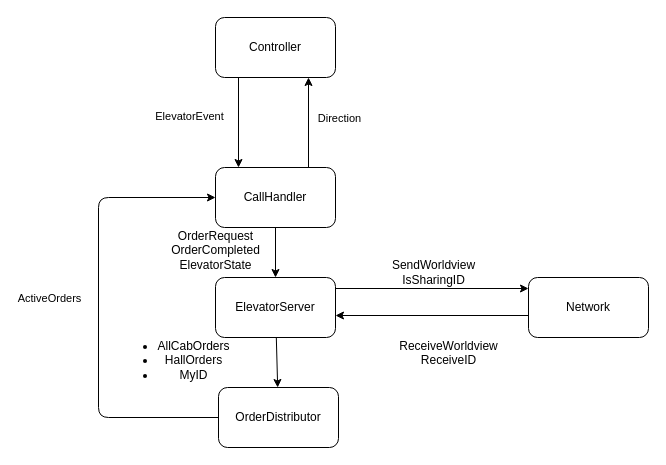
Earlier version of the draw.io diagram Documentation/dataFlowUML.drawio (jensmunkerud/ElevatorProject). Source tidied: cells renumbered, new cells numbered last; positions are measured from the earlier drawing's top-left corner, leaving out a move shared by most shapes. Both pictures are drawn from the tidied source at 100%, with x=0, y=0 at pixel (98, 17).
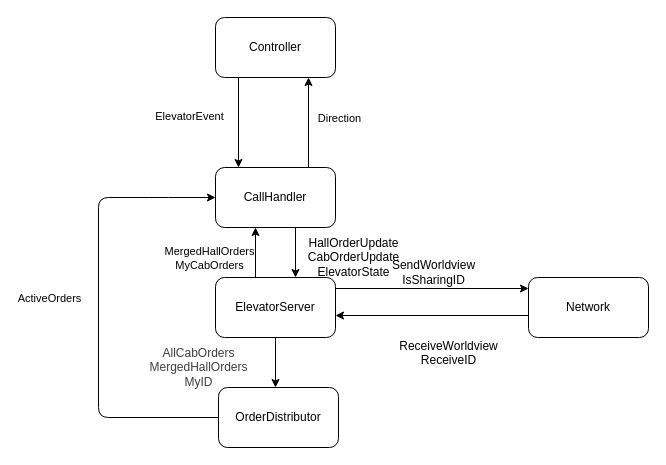
After the change.

The change refers to these unchanged cells:
```xml
<mxCell id="7" value="CallHandler" style="rounded=1;whiteSpace=wrap;html=1;" parent="1" vertex="1">
  <mxGeometry x="117" y="150" width="120" height="60" as="geometry" />
</mxCell>
<mxCell id="10" value="ElevatorServer" style="rounded=1;whiteSpace=wrap;html=1;" parent="1" vertex="1">
  <mxGeometry x="117" y="260" width="120" height="60" as="geometry" />
</mxCell>
<mxCell id="13" value="OrderDistributor" style="rounded=1;whiteSpace=wrap;html=1;" parent="1" vertex="1">
  <mxGeometry x="120" y="370" width="120" height="60" as="geometry" />
</mxCell>
```

What changed in the source:
```diff
@@
-    <mxCell id="4" style="edgeStyle=none;html=1;entryX=0.5;entryY=0;entryDx=0;entryDy=0;" parent="1" edge="1" source="7" target="10">
-      <mxGeometry relative="1" as="geometry" />
+    <mxCell id="4" style="edgeStyle=none;html=1;entryX=0.5;entryY=0;entryDx=0;entryDy=0;" parent="1" edge="1">
+      <mxGeometry relative="1" as="geometry">
+        <mxPoint x="197" y="210" as="sourcePoint" />
+        <mxPoint x="197" y="260" as="targetPoint" />
+      </mxGeometry>
     </mxCell>
     <mxCell id="5" style="edgeStyle=none;html=1;exitX=0;exitY=0.5;exitDx=0;exitDy=0;entryX=0;entryY=0.5;entryDx=0;entryDy=0;endArrow=none;endFill=0;startArrow=classic;startFill=1;" parent="1" edge="1" source="7" target="13">
       <mxGeometry relative="1" as="geometry">
         <Array as="points">
+          <mxPoint x="60" y="180" />
           <mxPoint y="180" />
           <mxPoint y="400" />
         </Array>
       </mxGeometry>
     </mxCell>
@@
-    <mxCell id="8" style="edgeStyle=none;html=1;" parent="1" edge="1" source="10" target="13">
-      <mxGeometry relative="1" as="geometry" />
-    </mxCell>
@@
+    <mxCell id="22" style="edgeStyle=none;html=1;startArrow=classic;startFill=1;endArrow=none;endFill=0;" parent="1" edge="1">
+      <mxGeometry relative="1" as="geometry">
+        <mxPoint x="177" y="370" as="sourcePoint" />
+        <mxPoint x="177" y="320" as="targetPoint" />
+      </mxGeometry>
+    </mxCell>
+    <mxCell id="23" style="edgeStyle=none;html=1;startArrow=none;startFill=0;" parent="1" edge="1">
+      <mxGeometry relative="1" as="geometry">
+        <mxPoint x="157" y="260" as="sourcePoint" />
+        <mxPoint x="157" y="210" as="targetPoint" />
+      </mxGeometry>
+    </mxCell>
+    <mxCell id="24" value="MergedHallOrders&lt;div&gt;MyCabOrders&lt;/div&gt;" style="edgeLabel;html=1;align=center;verticalAlign=middle;" parent="23" vertex="1">
+      <mxGeometry x="-0.16" y="-4" relative="1" as="geometry">
+        <mxPoint x="-51" y="1" as="offset" />
+      </mxGeometry>
+    </mxCell>
@@
-    <mxCell id="17" value="OrderRequest&lt;div&gt;&lt;font color=&quot;#000000&quot;&gt;OrderCompleted&lt;br&gt;&lt;/font&gt;&lt;div&gt;ElevatorState&lt;/div&gt;&lt;/div&gt;" style="text;html=1;align=center;verticalAlign=middle;strokeColor=none;fillColor=none;" parent="1" vertex="1">
-      <mxGeometry x="62" y="203" width="110" height="60" as="geometry" />
+    <mxCell id="17" value="HallOrderUpdate&lt;div&gt;&lt;font color=&quot;#000000&quot;&gt;CabOrderUpdate&lt;br&gt;&lt;/font&gt;&lt;div&gt;ElevatorState&lt;/div&gt;&lt;/div&gt;" style="text;html=1;align=center;verticalAlign=middle;strokeColor=none;fillColor=none;" parent="1" vertex="1">
+      <mxGeometry x="200" y="210" width="110" height="60" as="geometry" />
     </mxCell>
-    <mxCell id="18" value="&lt;ul&gt;&lt;li&gt;AllCabOrders&lt;/li&gt;&lt;li&gt;HallOrders&lt;/li&gt;&lt;li&gt;MyID&lt;/li&gt;&lt;/ul&gt;" style="text;html=1;align=center;verticalAlign=middle;strokeColor=none;fillColor=none;" parent="1" vertex="1">
-      <mxGeometry x="5" y="293" width="140" height="100" as="geometry" />
+    <mxCell id="18" value="&lt;span style=&quot;color: rgb(63, 63, 63); background-color: transparent;&quot;&gt;AllCabOrders&lt;/span&gt;&lt;br&gt;&lt;span style=&quot;color: rgb(63, 63, 63); background-color: transparent;&quot;&gt;MergedHallOrders&lt;/span&gt;&lt;br&gt;&lt;span style=&quot;color: rgb(63, 63, 63); background-color: transparent;&quot;&gt;MyID&lt;/span&gt;" style="text;html=1;align=center;verticalAlign=middle;strokeColor=none;fillColor=none;" parent="1" vertex="1">
+      <mxGeometry x="40" y="320" width="120" height="60" as="geometry" />
     </mxCell>
```
